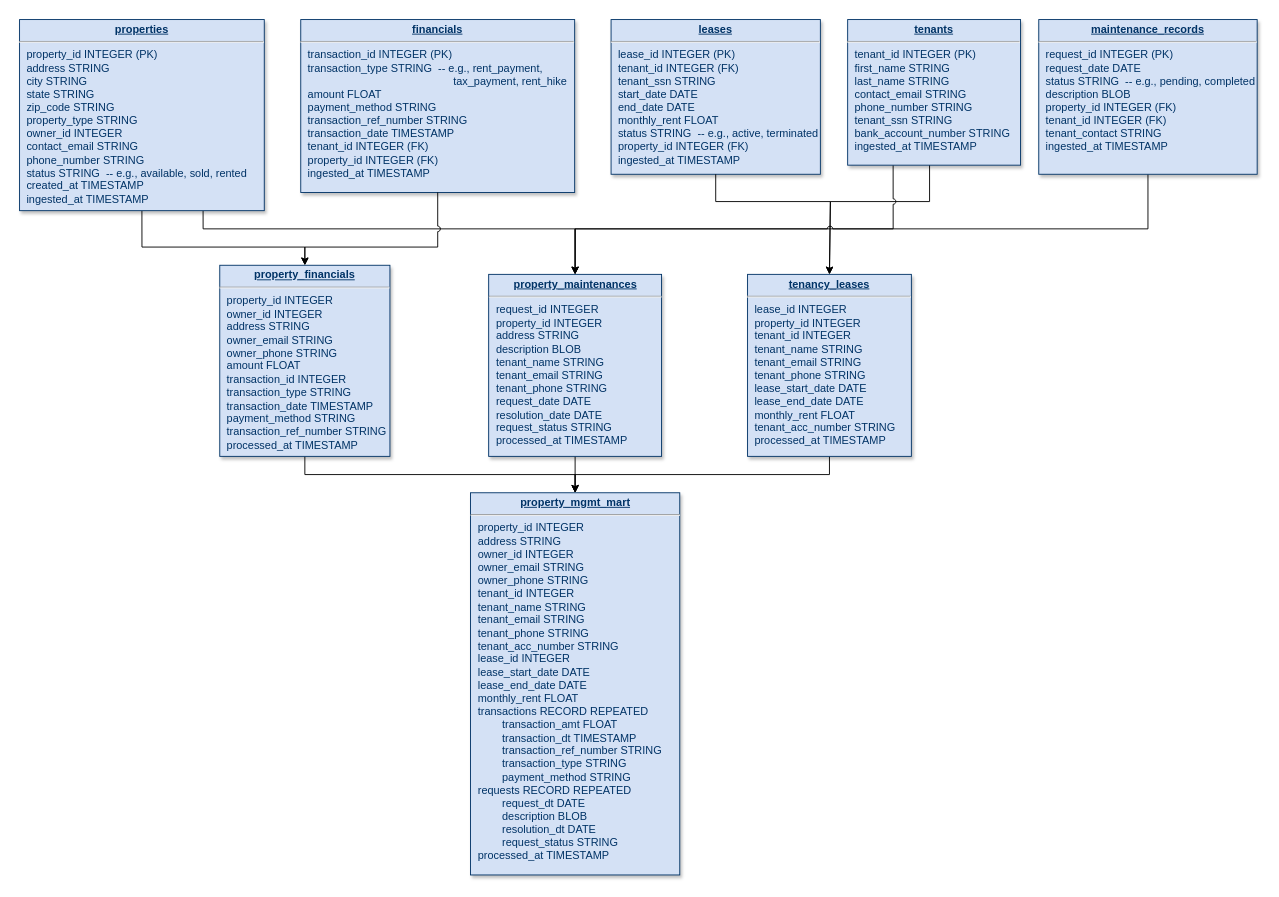
Above: PFP-Sample/PFP-Data-Model.drawio in harshaldharme/ProjectSpaces (draw.io), before the change. Source tidied: cells renumbered, new cells numbered last; positions are measured from the earlier drawing's top-left corner, leaving out a move shared by most shapes. Both pictures are drawn from the tidied source at 91%, with x=0, y=0 at pixel (19, 19).
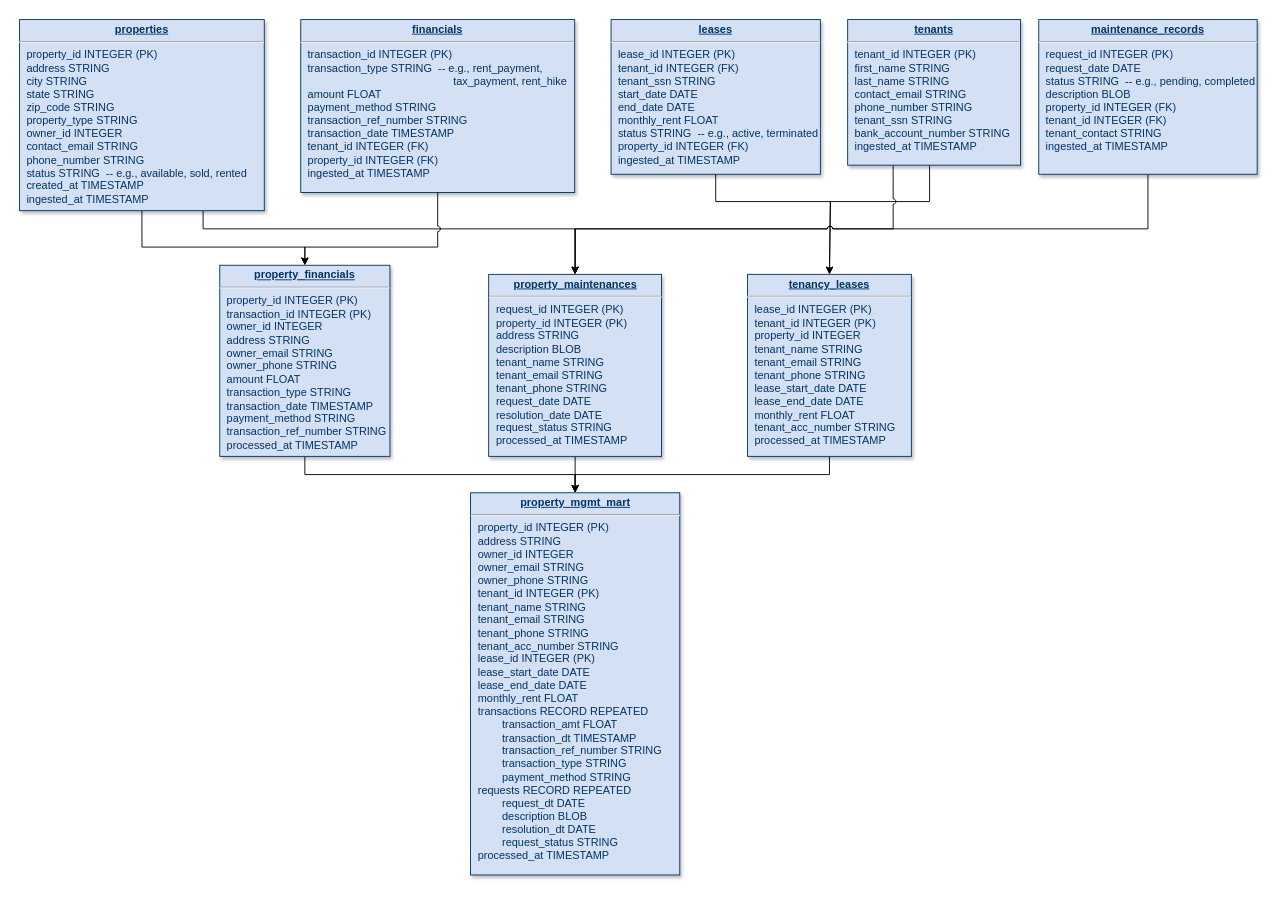
The same page after the edit.

The change refers to these unchanged cells:
```xml
<mxCell id="11" value="&lt;p style=&quot;margin: 0px; margin-top: 4px; text-align: center; text-decoration: underline;&quot;&gt;&lt;strong&gt;maintenance_records&lt;/strong&gt;&lt;/p&gt;&lt;hr&gt;&lt;p style=&quot;margin: 0px; margin-left: 8px;&quot;&gt;request_id INTEGER (PK)&lt;/p&gt;&lt;p style=&quot;margin: 0px; margin-left: 8px;&quot;&gt;request_date DATE&lt;/p&gt;&lt;p style=&quot;margin: 0px; margin-left: 8px;&quot;&gt;status STRING&amp;nbsp; -- e.g., pending, completed&lt;/p&gt;&lt;p style=&quot;margin: 0px; margin-left: 8px;&quot;&gt;description BLOB&lt;/p&gt;&lt;p style=&quot;margin: 0px; margin-left: 8px;&quot;&gt;property_id INTEGER (FK)&lt;/p&gt;&lt;p style=&quot;margin: 0px; margin-left: 8px;&quot;&gt;tenant_id INTEGER (FK)&lt;/p&gt;&lt;p style=&quot;margin: 0px; margin-left: 8px;&quot;&gt;tenant_contact STRING&lt;/p&gt;&lt;p style=&quot;margin: 0px; margin-left: 8px;&quot;&gt;ingested_at TIMESTAMP&lt;/p&gt;" style="verticalAlign=top;align=left;overflow=fill;fontSize=12;fontFamily=Helvetica;html=1;strokeColor=#003366;shadow=1;fillColor=#D4E1F5;fontColor=#003366;" parent="1" vertex="1">
  <mxGeometry x="1120" width="240" height="170" as="geometry" />
</mxCell>
```

Diff of the diagram source:
```diff
@@
-    <mxCell id="10" style="edgeStyle=orthogonalEdgeStyle;rounded=0;jettySize=auto;html=1;exitX=0.5;exitY=1;exitDx=0;exitDy=0;entryX=0.5;entryY=0;entryDx=0;entryDy=0;" parent="1" edge="1" source="11" target="19">
+    <mxCell id="10" style="edgeStyle=orthogonalEdgeStyle;rounded=0;jettySize=auto;html=1;exitX=0.5;exitY=1;exitDx=0;exitDy=0;entryX=0.5;entryY=0;entryDx=0;entryDy=0;jumpStyle=arc;" parent="1" edge="1" source="11" target="19">
       <mxGeometry relative="1" as="geometry">
         <Array as="points">
           <mxPoint x="1240" y="230" />
           <mxPoint x="611" y="230" />
         </Array>
       </mxGeometry>
     </mxCell>
@@
-    <mxCell id="13" value="&lt;p style=&quot;margin: 0px; margin-top: 4px; text-align: center; text-decoration: underline;&quot;&gt;&lt;b&gt;property_financials&lt;/b&gt;&lt;/p&gt;&lt;hr&gt;&lt;p style=&quot;margin: 0px; margin-left: 8px;&quot;&gt;&lt;span style=&quot;background-color: initial;&quot;&gt;property_id INTEGER&lt;/span&gt;&lt;/p&gt;&lt;p style=&quot;margin: 0px; margin-left: 8px;&quot;&gt;owner_id INTEGER&lt;/p&gt;&lt;p style=&quot;margin: 0px; margin-left: 8px;&quot;&gt;address STRING&lt;/p&gt;&lt;p style=&quot;margin: 0px; margin-left: 8px;&quot;&gt;owner_email STRING&lt;br&gt;owner_phone STRING&lt;/p&gt;&lt;p style=&quot;margin: 0px 0px 0px 8px;&quot;&gt;amount FLOAT&lt;/p&gt;&lt;p style=&quot;margin: 0px 0px 0px 8px;&quot;&gt;&lt;span style=&quot;background-color: initial;&quot;&gt;transaction_id INTEGER&lt;/span&gt;&lt;/p&gt;&lt;p style=&quot;margin: 0px; margin-left: 8px;&quot;&gt;&lt;span style=&quot;background-color: initial;&quot;&gt;transaction_type STRING&lt;/span&gt;&lt;/p&gt;&lt;p style=&quot;margin: 0px; margin-left: 8px;&quot;&gt;&lt;span style=&quot;background-color: initial;&quot;&gt;transaction_date TIMESTAMP&lt;/span&gt;&lt;/p&gt;&lt;p style=&quot;margin: 0px 0px 0px 8px;&quot;&gt;&lt;span style=&quot;background-color: initial;&quot;&gt;payment_method STRING&lt;/span&gt;&lt;/p&gt;&lt;p style=&quot;margin: 0px; margin-left: 8px;&quot;&gt;transaction_ref_number&amp;nbsp;STRING&lt;/p&gt;&lt;p style=&quot;margin: 0px; margin-left: 8px;&quot;&gt;processed_at TIMESTAMP&lt;/p&gt;" style="verticalAlign=top;align=left;overflow=fill;fontSize=12;fontFamily=Helvetica;html=1;strokeColor=#003366;shadow=1;fillColor=#D4E1F5;fontColor=#003366;" parent="1" vertex="1">
+    <mxCell id="13" value="&lt;p style=&quot;margin: 0px; margin-top: 4px; text-align: center; text-decoration: underline;&quot;&gt;&lt;b&gt;property_financials&lt;/b&gt;&lt;/p&gt;&lt;hr&gt;&lt;p style=&quot;margin: 0px; margin-left: 8px;&quot;&gt;&lt;span style=&quot;background-color: initial;&quot;&gt;property_id INTEGER (PK)&lt;/span&gt;&lt;/p&gt;&lt;p style=&quot;margin: 0px; margin-left: 8px;&quot;&gt;transaction_id INTEGER (PK)&lt;/p&gt;&lt;p style=&quot;margin: 0px; margin-left: 8px;&quot;&gt;owner_id INTEGER&lt;/p&gt;&lt;p style=&quot;margin: 0px; margin-left: 8px;&quot;&gt;address STRING&lt;/p&gt;&lt;p style=&quot;margin: 0px; margin-left: 8px;&quot;&gt;owner_email STRING&lt;br&gt;owner_phone STRING&lt;/p&gt;&lt;p style=&quot;margin: 0px 0px 0px 8px;&quot;&gt;amount FLOAT&lt;/p&gt;&lt;p style=&quot;margin: 0px; margin-left: 8px;&quot;&gt;&lt;span style=&quot;background-color: initial;&quot;&gt;transaction_type STRING&lt;/span&gt;&lt;/p&gt;&lt;p style=&quot;margin: 0px; margin-left: 8px;&quot;&gt;&lt;span style=&quot;background-color: initial;&quot;&gt;transaction_date TIMESTAMP&lt;/span&gt;&lt;/p&gt;&lt;p style=&quot;margin: 0px 0px 0px 8px;&quot;&gt;&lt;span style=&quot;background-color: initial;&quot;&gt;payment_method STRING&lt;/span&gt;&lt;/p&gt;&lt;p style=&quot;margin: 0px; margin-left: 8px;&quot;&gt;transaction_ref_number&amp;nbsp;STRING&lt;/p&gt;&lt;p style=&quot;margin: 0px; margin-left: 8px;&quot;&gt;processed_at TIMESTAMP&lt;/p&gt;" style="verticalAlign=top;align=left;overflow=fill;fontSize=12;fontFamily=Helvetica;html=1;strokeColor=#003366;shadow=1;fillColor=#D4E1F5;fontColor=#003366;" parent="1" vertex="1">
       <mxGeometry x="220" y="270" width="187" height="210" as="geometry" />
     </mxCell>
@@
-    <mxCell id="16" value="&lt;p style=&quot;margin: 0px; margin-top: 4px; text-align: center; text-decoration: underline;&quot;&gt;&lt;b&gt;tenancy_leases&lt;/b&gt;&lt;/p&gt;&lt;hr&gt;&lt;p style=&quot;margin: 0px; margin-left: 8px;&quot;&gt;lease_id INTEGER&lt;/p&gt;&lt;p style=&quot;margin: 0px; margin-left: 8px;&quot;&gt;property_id INTEGER&lt;/p&gt;&lt;p style=&quot;margin: 0px; margin-left: 8px;&quot;&gt;tenant_id INTEGER&lt;/p&gt;&lt;p style=&quot;margin: 0px; margin-left: 8px;&quot;&gt;&lt;span style=&quot;background-color: initial;&quot;&gt;tenant_name STRING&lt;/span&gt;&lt;/p&gt;&lt;p style=&quot;margin: 0px; margin-left: 8px;&quot;&gt;tenant_email STRING&lt;/p&gt;&lt;p style=&quot;margin: 0px; margin-left: 8px;&quot;&gt;tenant_phone STRING&lt;/p&gt;&lt;p style=&quot;margin: 0px; margin-left: 8px;&quot;&gt;lease_start_date DATE&lt;/p&gt;&lt;p style=&quot;margin: 0px; margin-left: 8px;&quot;&gt;lease_end_date DATE&lt;/p&gt;&lt;p style=&quot;margin: 0px; margin-left: 8px;&quot;&gt;monthly_rent FLOAT&lt;br&gt;tenant_acc_number STRING&lt;/p&gt;&lt;p style=&quot;margin: 0px; margin-left: 8px;&quot;&gt;processed_at TIMESTAMP&lt;/p&gt;" style="verticalAlign=top;align=left;overflow=fill;fontSize=12;fontFamily=Helvetica;html=1;strokeColor=#003366;shadow=1;fillColor=#D4E1F5;fontColor=#003366;" parent="1" vertex="1">
+    <mxCell id="16" value="&lt;p style=&quot;margin: 0px; margin-top: 4px; text-align: center; text-decoration: underline;&quot;&gt;&lt;b&gt;tenancy_leases&lt;/b&gt;&lt;/p&gt;&lt;hr&gt;&lt;p style=&quot;margin: 0px; margin-left: 8px;&quot;&gt;lease_id INTEGER (PK)&lt;/p&gt;&lt;p style=&quot;margin: 0px; margin-left: 8px;&quot;&gt;tenant_id INTEGER (PK)&lt;/p&gt;&lt;p style=&quot;margin: 0px; margin-left: 8px;&quot;&gt;property_id INTEGER&lt;/p&gt;&lt;p style=&quot;margin: 0px; margin-left: 8px;&quot;&gt;&lt;span style=&quot;background-color: initial;&quot;&gt;tenant_name STRING&lt;/span&gt;&lt;/p&gt;&lt;p style=&quot;margin: 0px; margin-left: 8px;&quot;&gt;tenant_email STRING&lt;/p&gt;&lt;p style=&quot;margin: 0px; margin-left: 8px;&quot;&gt;tenant_phone STRING&lt;/p&gt;&lt;p style=&quot;margin: 0px; margin-left: 8px;&quot;&gt;lease_start_date DATE&lt;/p&gt;&lt;p style=&quot;margin: 0px; margin-left: 8px;&quot;&gt;lease_end_date DATE&lt;/p&gt;&lt;p style=&quot;margin: 0px; margin-left: 8px;&quot;&gt;monthly_rent FLOAT&lt;br&gt;tenant_acc_number STRING&lt;/p&gt;&lt;p style=&quot;margin: 0px; margin-left: 8px;&quot;&gt;processed_at TIMESTAMP&lt;/p&gt;" style="verticalAlign=top;align=left;overflow=fill;fontSize=12;fontFamily=Helvetica;html=1;strokeColor=#003366;shadow=1;fillColor=#D4E1F5;fontColor=#003366;" parent="1" vertex="1">
       <mxGeometry x="800" y="280" width="180" height="200" as="geometry" />
     </mxCell>
@@
-    <mxCell id="19" value="&lt;p style=&quot;margin: 0px; margin-top: 4px; text-align: center; text-decoration: underline;&quot;&gt;&lt;b&gt;property_maintenances&lt;/b&gt;&lt;/p&gt;&lt;hr&gt;&lt;p style=&quot;margin: 0px; margin-left: 8px;&quot;&gt;request_id INTEGER&lt;/p&gt;&lt;p style=&quot;margin: 0px; margin-left: 8px;&quot;&gt;property_id INTEGER&lt;/p&gt;&lt;p style=&quot;margin: 0px; margin-left: 8px;&quot;&gt;address STRING&lt;/p&gt;&lt;p style=&quot;margin: 0px; margin-left: 8px;&quot;&gt;description BLOB&lt;/p&gt;&lt;p style=&quot;margin: 0px; margin-left: 8px;&quot;&gt;tenant_name STRING&lt;br&gt;tenant_email STRING&lt;/p&gt;&lt;p style=&quot;margin: 0px; margin-left: 8px;&quot;&gt;tenant_phone STRING&lt;/p&gt;&lt;p style=&quot;margin: 0px; margin-left: 8px;&quot;&gt;request_date DATE&lt;/p&gt;&lt;p style=&quot;margin: 0px; margin-left: 8px;&quot;&gt;&lt;span style=&quot;background-color: initial;&quot;&gt;resolution_date DATE&lt;/span&gt;&lt;/p&gt;&lt;p style=&quot;margin: 0px; margin-left: 8px;&quot;&gt;request_status STRING&lt;/p&gt;&lt;p style=&quot;margin: 0px; margin-left: 8px;&quot;&gt;processed_at TIMESTAMP&lt;/p&gt;&lt;p style=&quot;margin: 0px; margin-left: 8px;&quot;&gt;&lt;br&gt;&lt;/p&gt;" style="verticalAlign=top;align=left;overflow=fill;fontSize=12;fontFamily=Helvetica;html=1;strokeColor=#003366;shadow=1;fillColor=#D4E1F5;fontColor=#003366;" parent="1" vertex="1">
+    <mxCell id="19" value="&lt;p style=&quot;margin: 0px; margin-top: 4px; text-align: center; text-decoration: underline;&quot;&gt;&lt;b&gt;property_maintenances&lt;/b&gt;&lt;/p&gt;&lt;hr&gt;&lt;p style=&quot;margin: 0px; margin-left: 8px;&quot;&gt;request_id INTEGER (PK)&lt;/p&gt;&lt;p style=&quot;margin: 0px; margin-left: 8px;&quot;&gt;property_id INTEGER (PK)&lt;/p&gt;&lt;p style=&quot;margin: 0px; margin-left: 8px;&quot;&gt;address STRING&lt;/p&gt;&lt;p style=&quot;margin: 0px; margin-left: 8px;&quot;&gt;description BLOB&lt;/p&gt;&lt;p style=&quot;margin: 0px; margin-left: 8px;&quot;&gt;tenant_name STRING&lt;br&gt;tenant_email STRING&lt;/p&gt;&lt;p style=&quot;margin: 0px; margin-left: 8px;&quot;&gt;tenant_phone STRING&lt;/p&gt;&lt;p style=&quot;margin: 0px; margin-left: 8px;&quot;&gt;request_date DATE&lt;/p&gt;&lt;p style=&quot;margin: 0px; margin-left: 8px;&quot;&gt;&lt;span style=&quot;background-color: initial;&quot;&gt;resolution_date DATE&lt;/span&gt;&lt;/p&gt;&lt;p style=&quot;margin: 0px; margin-left: 8px;&quot;&gt;request_status STRING&lt;/p&gt;&lt;p style=&quot;margin: 0px; margin-left: 8px;&quot;&gt;processed_at TIMESTAMP&lt;/p&gt;&lt;p style=&quot;margin: 0px; margin-left: 8px;&quot;&gt;&lt;br&gt;&lt;/p&gt;" style="verticalAlign=top;align=left;overflow=fill;fontSize=12;fontFamily=Helvetica;html=1;strokeColor=#003366;shadow=1;fillColor=#D4E1F5;fontColor=#003366;" parent="1" vertex="1">
       <mxGeometry x="515.5" y="280" width="190" height="200" as="geometry" />
     </mxCell>
-    <mxCell id="20" value="&lt;p style=&quot;margin: 0px; margin-top: 4px; text-align: center; text-decoration: underline;&quot;&gt;&lt;b&gt;property_mgmt_mart&lt;/b&gt;&lt;/p&gt;&lt;hr&gt;&lt;p style=&quot;margin: 0px 0px 0px 8px;&quot;&gt;&lt;span style=&quot;background-color: initial;&quot;&gt;property_id INTEGER&lt;/span&gt;&lt;/p&gt;&lt;p style=&quot;margin: 0px 0px 0px 8px;&quot;&gt;address STRING&lt;/p&gt;&lt;p style=&quot;margin: 0px 0px 0px 8px;&quot;&gt;&lt;span style=&quot;background-color: initial;&quot;&gt;owner_id INTEGER&lt;/span&gt;&lt;/p&gt;&lt;p style=&quot;margin: 0px 0px 0px 8px;&quot;&gt;owner_email STRING&lt;/p&gt;&lt;p style=&quot;margin: 0px 0px 0px 8px;&quot;&gt;owner_phone STRING&lt;/p&gt;&lt;p style=&quot;margin: 0px 0px 0px 8px;&quot;&gt;tenant_id INTEGER&lt;/p&gt;&lt;p style=&quot;margin: 0px 0px 0px 8px;&quot;&gt;&lt;span style=&quot;background-color: initial;&quot;&gt;tenant_name STRING&lt;/span&gt;&lt;/p&gt;&lt;p style=&quot;margin: 0px 0px 0px 8px;&quot;&gt;tenant_email STRING&lt;/p&gt;&lt;p style=&quot;margin: 0px 0px 0px 8px;&quot;&gt;&lt;span style=&quot;background-color: initial;&quot;&gt;tenant_phone STRING&lt;/span&gt;&lt;/p&gt;&lt;p style=&quot;margin: 0px 0px 0px 8px;&quot;&gt;tenant_acc_number STRING&lt;/p&gt;&lt;p style=&quot;margin: 0px 0px 0px 8px;&quot;&gt;&lt;span style=&quot;background-color: initial;&quot;&gt;lease_id INTEGER&lt;/span&gt;&lt;/p&gt;&lt;p style=&quot;margin: 0px 0px 0px 8px;&quot;&gt;&lt;span style=&quot;background-color: initial;&quot;&gt;lease_start_date DATE&lt;/span&gt;&lt;/p&gt;&lt;p style=&quot;margin: 0px 0px 0px 8px;&quot;&gt;lease_end_date DATE&lt;/p&gt;&lt;p style=&quot;margin: 0px 0px 0px 8px;&quot;&gt;monthly_rent FLOAT&lt;/p&gt;&lt;p style=&quot;margin: 0px 0px 0px 8px;&quot;&gt;transactions RECORD REPEATED&lt;/p&gt;&lt;p style=&quot;margin: 0px 0px 0px 8px;&quot;&gt;&lt;span style=&quot;white-space: pre;&quot;&gt;&#9;&lt;/span&gt;transaction_amt FLOAT&lt;br&gt;&lt;/p&gt;&lt;p style=&quot;margin: 0px 0px 0px 8px;&quot;&gt;&lt;span style=&quot;white-space: pre;&quot;&gt;&#9;&lt;/span&gt;transaction_dt TIMESTAMP&lt;/p&gt;&lt;p style=&quot;margin: 0px 0px 0px 8px;&quot;&gt;&lt;span style=&quot;white-space: pre;&quot;&gt;&#9;&lt;/span&gt;&lt;span style=&quot;background-color: initial;&quot;&gt;transaction_ref_number STRING&lt;/span&gt;&lt;br&gt;&lt;/p&gt;&lt;p style=&quot;margin: 0px 0px 0px 8px;&quot;&gt;&lt;span style=&quot;white-space: pre;&quot;&gt;&#9;&lt;/span&gt;transaction_type STRING&lt;br&gt;&lt;/p&gt;&lt;p style=&quot;margin: 0px 0px 0px 8px;&quot;&gt;&lt;span style=&quot;white-space: pre;&quot;&gt;&#9;&lt;/span&gt;payment_method STRING&lt;br&gt;&lt;/p&gt;&lt;p style=&quot;margin: 0px 0px 0px 8px;&quot;&gt;&lt;span style=&quot;background-color: initial;&quot;&gt;requests RECORD REPEATED&lt;br&gt;&lt;span style=&quot;white-space: pre;&quot;&gt;&lt;span style=&quot;white-space: pre;&quot;&gt;&#9;&lt;/span&gt;request_dt DATE&lt;/span&gt;&lt;/span&gt;&lt;/p&gt;&lt;p style=&quot;margin: 0px 0px 0px 8px;&quot;&gt;&lt;span style=&quot;background-color: initial;&quot;&gt;&lt;span style=&quot;white-space: pre;&quot;&gt;&lt;span style=&quot;white-space: pre;&quot;&gt;&#9;&lt;/span&gt;description BLOB&lt;br&gt;&lt;/span&gt;&lt;/span&gt;&lt;/p&gt;&lt;p style=&quot;margin: 0px 0px 0px 8px;&quot;&gt;&lt;span style=&quot;background-color: initial;&quot;&gt;&lt;span style=&quot;white-space: pre;&quot;&gt;&lt;span style=&quot;white-space: pre;&quot;&gt;&#9;&lt;/span&gt;resolution_dt DATE&lt;/span&gt;&lt;/span&gt;&lt;/p&gt;&lt;p style=&quot;margin: 0px 0px 0px 8px;&quot;&gt;&lt;span style=&quot;background-color: initial;&quot;&gt;&lt;span style=&quot;white-space: pre;&quot;&gt;&lt;span style=&quot;white-space: pre;&quot;&gt;&#9;&lt;/span&gt;request_status STRING&lt;/span&gt;&lt;/span&gt;&lt;/p&gt;&lt;p style=&quot;margin: 0px 0px 0px 8px;&quot;&gt;processed_at TIMESTAMP&lt;span style=&quot;background-color: initial;&quot;&gt;&lt;span style=&quot;white-space: pre;&quot;&gt;&lt;/span&gt;&lt;/span&gt;&lt;/p&gt;" style="verticalAlign=top;align=left;overflow=fill;fontSize=12;fontFamily=Helvetica;html=1;strokeColor=#003366;shadow=1;fillColor=#D4E1F5;fontColor=#003366;" parent="1" vertex="1">
+    <mxCell id="20" value="&lt;p style=&quot;margin: 0px; margin-top: 4px; text-align: center; text-decoration: underline;&quot;&gt;&lt;b&gt;property_mgmt_mart&lt;/b&gt;&lt;/p&gt;&lt;hr&gt;&lt;p style=&quot;margin: 0px 0px 0px 8px;&quot;&gt;&lt;span style=&quot;background-color: initial;&quot;&gt;property_id INTEGER (PK)&lt;/span&gt;&lt;/p&gt;&lt;p style=&quot;margin: 0px 0px 0px 8px;&quot;&gt;address STRING&lt;/p&gt;&lt;p style=&quot;margin: 0px 0px 0px 8px;&quot;&gt;&lt;span style=&quot;background-color: initial;&quot;&gt;owner_id INTEGER&lt;/span&gt;&lt;/p&gt;&lt;p style=&quot;margin: 0px 0px 0px 8px;&quot;&gt;owner_email STRING&lt;/p&gt;&lt;p style=&quot;margin: 0px 0px 0px 8px;&quot;&gt;owner_phone STRING&lt;/p&gt;&lt;p style=&quot;margin: 0px 0px 0px 8px;&quot;&gt;tenant_id INTEGER (PK)&lt;/p&gt;&lt;p style=&quot;margin: 0px 0px 0px 8px;&quot;&gt;&lt;span style=&quot;background-color: initial;&quot;&gt;tenant_name STRING&lt;/span&gt;&lt;/p&gt;&lt;p style=&quot;margin: 0px 0px 0px 8px;&quot;&gt;tenant_email STRING&lt;/p&gt;&lt;p style=&quot;margin: 0px 0px 0px 8px;&quot;&gt;&lt;span style=&quot;background-color: initial;&quot;&gt;tenant_phone STRING&lt;/span&gt;&lt;/p&gt;&lt;p style=&quot;margin: 0px 0px 0px 8px;&quot;&gt;tenant_acc_number STRING&lt;/p&gt;&lt;p style=&quot;margin: 0px 0px 0px 8px;&quot;&gt;&lt;span style=&quot;background-color: initial;&quot;&gt;lease_id INTEGER (PK)&lt;/span&gt;&lt;/p&gt;&lt;p style=&quot;margin: 0px 0px 0px 8px;&quot;&gt;&lt;span style=&quot;background-color: initial;&quot;&gt;lease_start_date DATE&lt;/span&gt;&lt;/p&gt;&lt;p style=&quot;margin: 0px 0px 0px 8px;&quot;&gt;lease_end_date DATE&lt;/p&gt;&lt;p style=&quot;margin: 0px 0px 0px 8px;&quot;&gt;monthly_rent FLOAT&lt;/p&gt;&lt;p style=&quot;margin: 0px 0px 0px 8px;&quot;&gt;transactions RECORD REPEATED&lt;/p&gt;&lt;p style=&quot;margin: 0px 0px 0px 8px;&quot;&gt;&lt;span style=&quot;white-space: pre;&quot;&gt;&#9;&lt;/span&gt;transaction_amt FLOAT&lt;br&gt;&lt;/p&gt;&lt;p style=&quot;margin: 0px 0px 0px 8px;&quot;&gt;&lt;span style=&quot;white-space: pre;&quot;&gt;&#9;&lt;/span&gt;transaction_dt TIMESTAMP&lt;/p&gt;&lt;p style=&quot;margin: 0px 0px 0px 8px;&quot;&gt;&lt;span style=&quot;white-space: pre;&quot;&gt;&#9;&lt;/span&gt;&lt;span style=&quot;background-color: initial;&quot;&gt;transaction_ref_number STRING&lt;/span&gt;&lt;br&gt;&lt;/p&gt;&lt;p style=&quot;margin: 0px 0px 0px 8px;&quot;&gt;&lt;span style=&quot;white-space: pre;&quot;&gt;&#9;&lt;/span&gt;transaction_type STRING&lt;br&gt;&lt;/p&gt;&lt;p style=&quot;margin: 0px 0px 0px 8px;&quot;&gt;&lt;span style=&quot;white-space: pre;&quot;&gt;&#9;&lt;/span&gt;payment_method STRING&lt;br&gt;&lt;/p&gt;&lt;p style=&quot;margin: 0px 0px 0px 8px;&quot;&gt;&lt;span style=&quot;background-color: initial;&quot;&gt;requests RECORD REPEATED&lt;br&gt;&lt;span style=&quot;white-space: pre;&quot;&gt;&lt;span style=&quot;white-space: pre;&quot;&gt;&#9;&lt;/span&gt;request_dt DATE&lt;/span&gt;&lt;/span&gt;&lt;/p&gt;&lt;p style=&quot;margin: 0px 0px 0px 8px;&quot;&gt;&lt;span style=&quot;background-color: initial;&quot;&gt;&lt;span style=&quot;white-space: pre;&quot;&gt;&lt;span style=&quot;white-space: pre;&quot;&gt;&#9;&lt;/span&gt;description BLOB&lt;br&gt;&lt;/span&gt;&lt;/span&gt;&lt;/p&gt;&lt;p style=&quot;margin: 0px 0px 0px 8px;&quot;&gt;&lt;span style=&quot;background-color: initial;&quot;&gt;&lt;span style=&quot;white-space: pre;&quot;&gt;&lt;span style=&quot;white-space: pre;&quot;&gt;&#9;&lt;/span&gt;resolution_dt DATE&lt;/span&gt;&lt;/span&gt;&lt;/p&gt;&lt;p style=&quot;margin: 0px 0px 0px 8px;&quot;&gt;&lt;span style=&quot;background-color: initial;&quot;&gt;&lt;span style=&quot;white-space: pre;&quot;&gt;&lt;span style=&quot;white-space: pre;&quot;&gt;&#9;&lt;/span&gt;request_status STRING&lt;/span&gt;&lt;/span&gt;&lt;/p&gt;&lt;p style=&quot;margin: 0px 0px 0px 8px;&quot;&gt;processed_at TIMESTAMP&lt;span style=&quot;background-color: initial;&quot;&gt;&lt;span style=&quot;white-space: pre;&quot;&gt;&lt;/span&gt;&lt;/span&gt;&lt;/p&gt;" style="verticalAlign=top;align=left;overflow=fill;fontSize=12;fontFamily=Helvetica;html=1;strokeColor=#003366;shadow=1;fillColor=#D4E1F5;fontColor=#003366;" parent="1" vertex="1">
       <mxGeometry x="495.5" y="520" width="230" height="420" as="geometry" />
     </mxCell>
```
